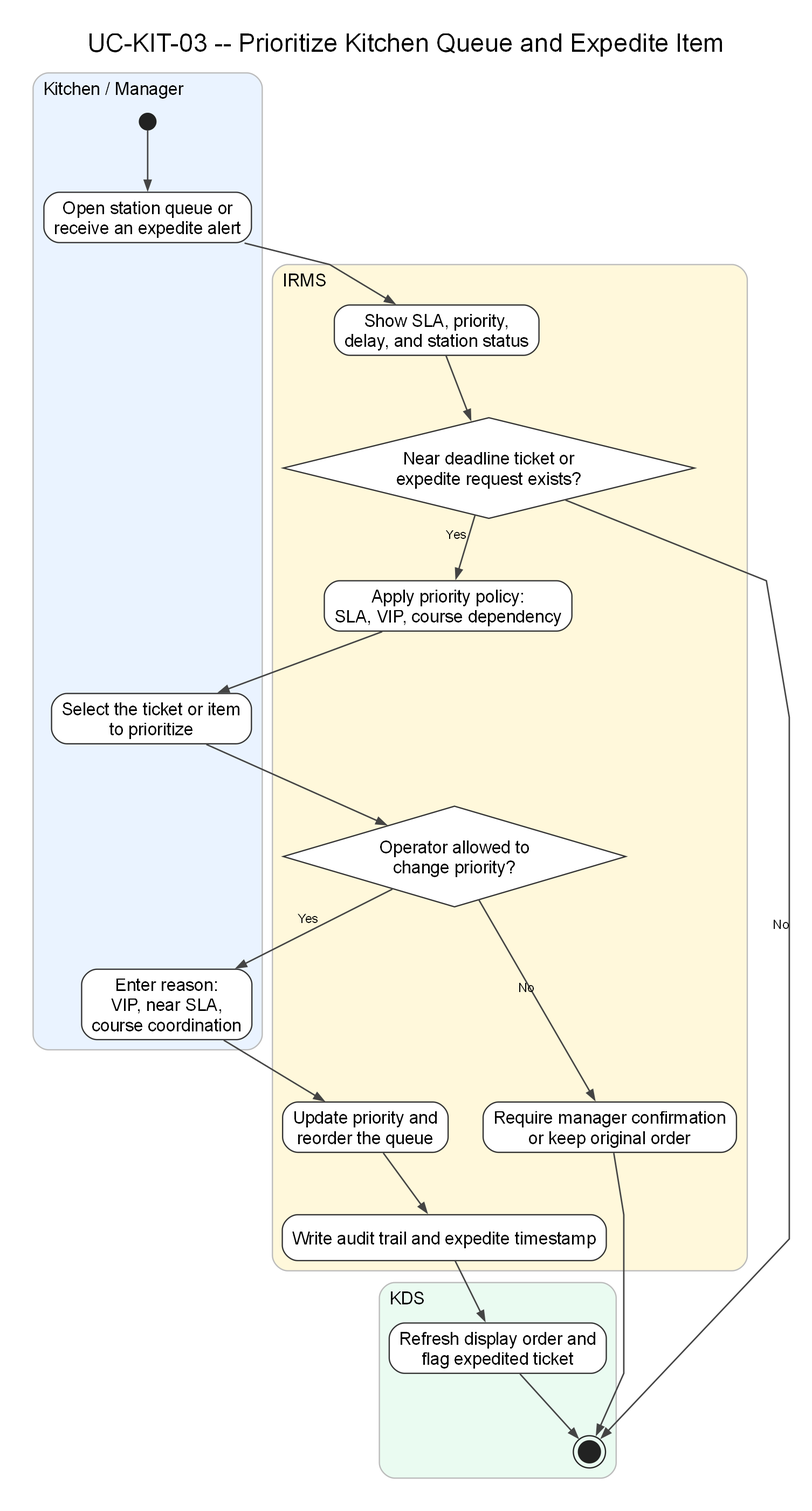
Earlier version of the Graphviz export assets/diagrams/rendered/activity/uc-kit-03-prioritize-kitchen-queue.png (lehoangluan1/SA_IRMS). Its source is kept beside it as assets/diagrams/source/activity/uc-kit-03-prioritize-kitchen-queue.dot.
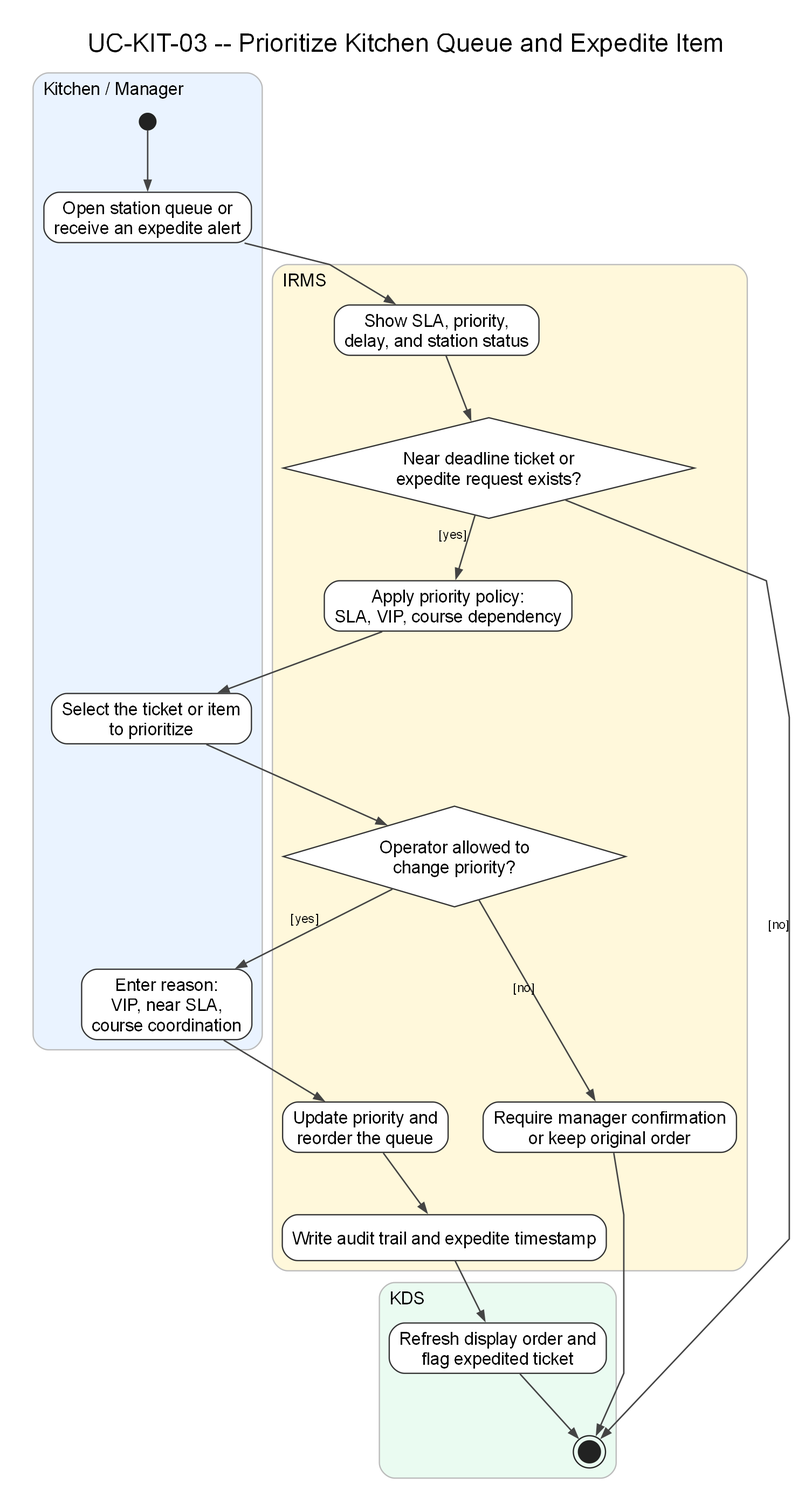
Later version of the same file.

What changed in the source:
```diff
@@ -36,12 +36,12 @@
   n0 -> n1;
   n1 -> n2;
   n2 -> n3;
-  n3 -> n4 [xlabel="Yes"];
-  n3 -> n12 [xlabel="No"];
+  n3 -> n4 [xlabel="[yes]"];
+  n3 -> n12 [xlabel="[no]"];
   n4 -> n5;
   n5 -> n6;
-  n6 -> n8 [xlabel="Yes"];
-  n6 -> n7 [xlabel="No"];
+  n6 -> n8 [xlabel="[yes]"];
+  n6 -> n7 [xlabel="[no]"];
   n7 -> n12;
   n8 -> n9;
   n9 -> n10;
```
